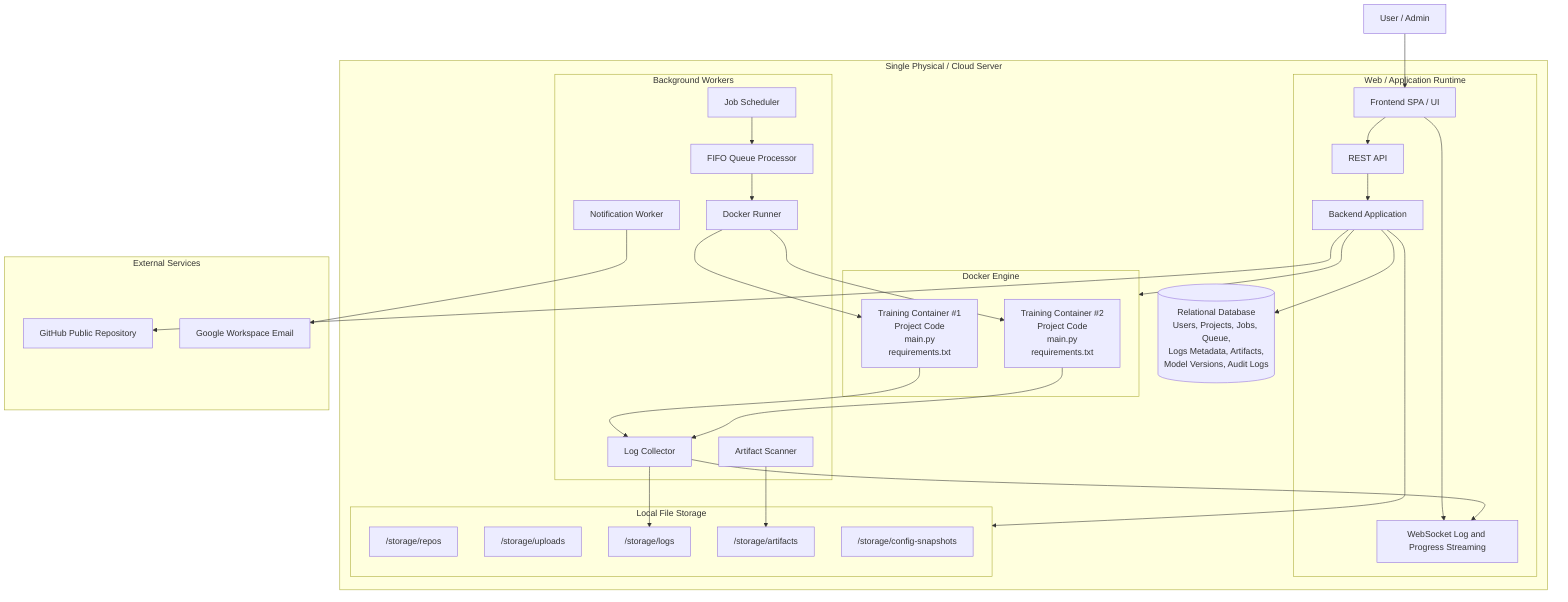
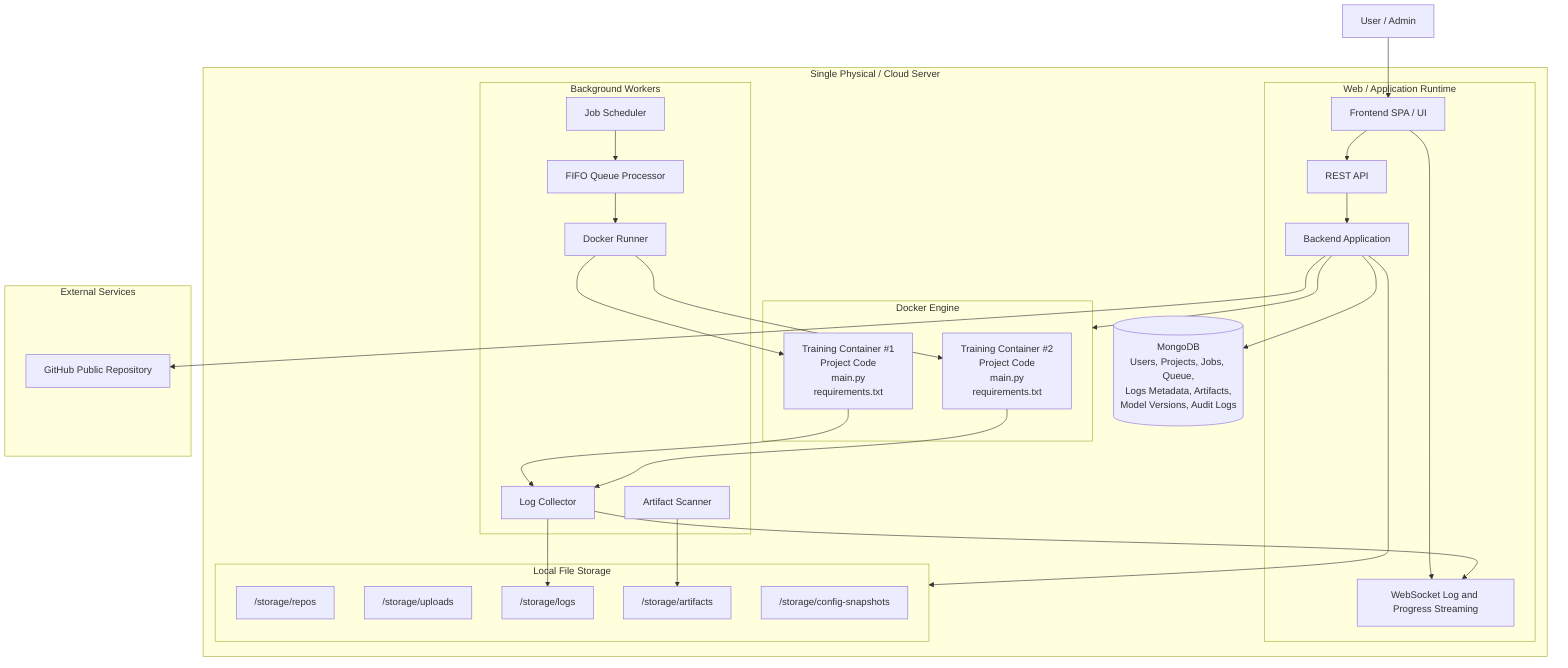
flowchart TB
    User[User / Admin]

    subgraph S["Single Physical / Cloud Server"]
        subgraph App["Web / Application Runtime"]
            FE["Frontend SPA / UI"]
            BE["Backend Application"]
            API["REST API"]
            STREAM["WebSocket Log and Progress Streaming"]
        end

-         DB[("Relational Database<br/>Users, Projects, Jobs, Queue,<br/>Logs Metadata, Artifacts,<br/>Model Versions, Audit Logs")]
+         DB[("MongoDB<br/>Users, Projects, Jobs, Queue,<br/>Logs Metadata, Artifacts,<br/>Model Versions, Audit Logs")]

        subgraph Docker["Docker Engine"]
            TC1["Training Container #1<br/>Project Code<br/>main.py<br/>requirements.txt"]
            TC2["Training Container #2<br/>Project Code<br/>main.py<br/>requirements.txt"]
        end

        subgraph Storage["Local File Storage"]
            Repos["/storage/repos"]
            Uploads["/storage/uploads"]
            Logs["/storage/logs"]
            Artifacts["/storage/artifacts"]
            Configs["/storage/config-snapshots"]
        end

        subgraph Workers["Background Workers"]
            Scheduler["Job Scheduler"]
            Queue["FIFO Queue Processor"]
            Runner["Docker Runner"]
            LogCollector["Log Collector"]
            ArtifactScanner["Artifact Scanner"]
-             NotificationWorker["Notification Worker"]
        end
    end

    subgraph External["External Services"]
        GitHub["GitHub Public Repository"]
-         GoogleEmail["Google Workspace Email"]
    end

    User --> FE
    FE --> API
    FE --> STREAM

    API --> BE
    BE --> DB
    BE --> Storage
    BE --> Docker
    BE --> GitHub

    Scheduler --> Queue
    Queue --> Runner
    Runner --> TC1
    Runner --> TC2

    TC1 --> LogCollector
    TC2 --> LogCollector
    LogCollector --> STREAM
    LogCollector --> Logs

    ArtifactScanner --> Artifacts
-     NotificationWorker --> GoogleEmail
